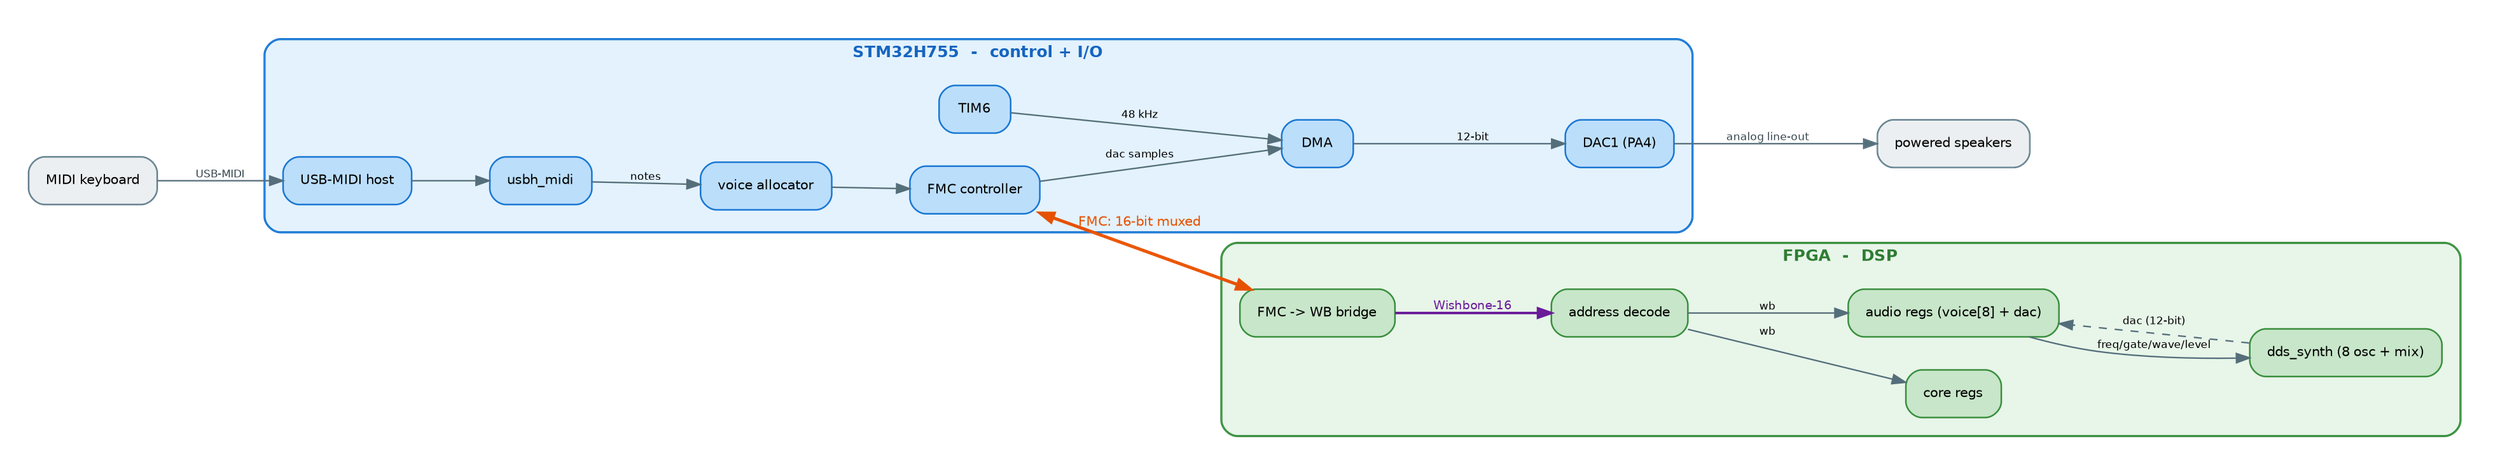
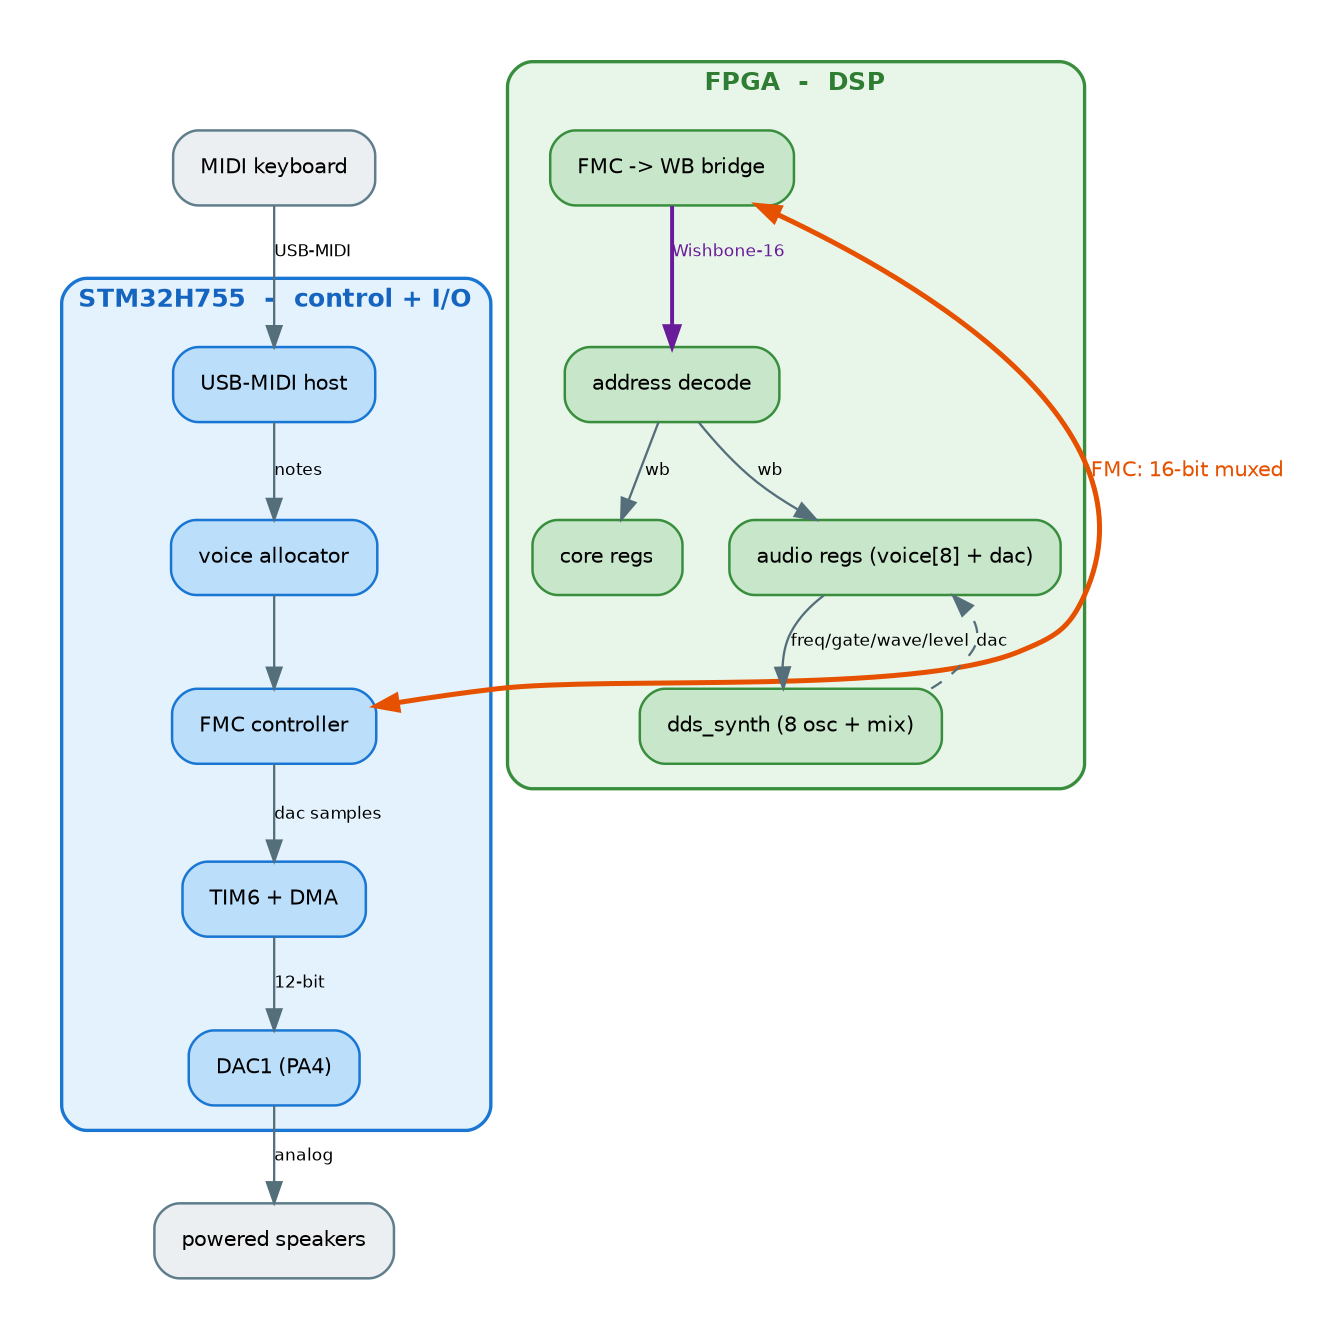
- // ACM synth - system block diagram. render:
- //   dot -Tsvg acm-architecture.dot -o acm-architecture.svg
- //   dot -Tpng -Gdpi=150 acm-architecture.dot -o acm-architecture.png
+ // ACM synth - system block diagram. render: ./render.sh
+ // layout: two chip containers side by side (blocks stacked vertically inside),
+ // FMC bus across the middle.
digraph acm {
-   rankdir=LR;
-   bgcolor="transparent";
+   rankdir=TB;
+   bgcolor="white";
  splines=spline;
  pad=0.3;
-   nodesep=0.35;
-   ranksep=0.8;
+   nodesep=0.3;
+   ranksep=0.5;

  node [fontname="Helvetica", fontsize=10, shape=box,
        style="rounded,filled", color="#90A4AE", fillcolor="white",
        penwidth=1.2, margin="0.18,0.10"];
  edge [fontname="Helvetica", fontsize=8, color="#546E7A", penwidth=1.1];

  kb  [label="MIDI keyboard", fillcolor="#ECEFF1", color="#607D8B"];
  spk [label="powered speakers", fillcolor="#ECEFF1", color="#607D8B"];

  subgraph cluster_stm32 {
    label="STM32H755  -  control + I/O";
    labelloc="t"; fontname="Helvetica-bold"; fontsize=12; fontcolor="#1565C0";
-     style="rounded,filled"; fillcolor="#E3F2FD"; color="#1976D2"; penwidth=1.6; margin=14;
+     style="rounded,filled"; fillcolor="#E3F2FD"; color="#1976D2"; penwidth=1.6; margin=12;

-     usb   [label="USB-MIDI host", fillcolor="#BBDEFB", color="#1976D2"];
-     parse [label="usbh_midi", fillcolor="#BBDEFB", color="#1976D2"];
+     midi  [label="USB-MIDI host", fillcolor="#BBDEFB", color="#1976D2"];
    alloc [label="voice allocator", fillcolor="#BBDEFB", color="#1976D2"];
    fmcm  [label="FMC controller", fillcolor="#BBDEFB", color="#1976D2"];
-     tim   [label="TIM6", fillcolor="#BBDEFB", color="#1976D2"];
-     dma   [label="DMA", fillcolor="#BBDEFB", color="#1976D2"];
+     dma   [label="TIM6 + DMA", fillcolor="#BBDEFB", color="#1976D2"];
    dac   [label="DAC1 (PA4)", fillcolor="#BBDEFB", color="#1976D2"];
+ 
+     midi -> alloc [label="notes"];
+     alloc -> fmcm;
+     fmcm -> dma   [label="dac samples"];
+     dma -> dac    [label="12-bit"];
  }

  subgraph cluster_fpga {
    label="FPGA  -  DSP";
    labelloc="t"; fontname="Helvetica-bold"; fontsize=12; fontcolor="#2E7D32";
-     style="rounded,filled"; fillcolor="#E8F5E9"; color="#388E3C"; penwidth=1.6; margin=14;
+     style="rounded,filled"; fillcolor="#E8F5E9"; color="#388E3C"; penwidth=1.6; margin=12;

    bridge [label="FMC -> WB bridge", fillcolor="#C8E6C9", color="#388E3C"];
    dec    [label="address decode", fillcolor="#C8E6C9", color="#388E3C"];
    core   [label="core regs", fillcolor="#C8E6C9", color="#388E3C"];
    audio  [label="audio regs (voice[8] + dac)", fillcolor="#C8E6C9", color="#388E3C"];
    dds    [label="dds_synth (8 osc + mix)", fillcolor="#C8E6C9", color="#388E3C"];
+ 
+     bridge -> dec [label="Wishbone-16", color="#6A1B9A", fontcolor="#6A1B9A", penwidth=1.9];
+     dec -> core   [label="wb"];
+     dec -> audio  [label="wb"];
+     audio -> dds  [label="freq/gate/wave/level"];
+     dds -> audio  [label="dac", style=dashed, constraint=false];
  }

-   // ---- control path (STM32 -> FPGA) ----
-   kb -> usb     [label="USB-MIDI", fontcolor="#37474F"];
-   usb -> parse;
-   parse -> alloc [label="notes"];
-   alloc -> fmcm;
-   fmcm -> bridge [dir=both, label="FMC: 16-bit muxed", color="#E65100", fontcolor="#E65100", penwidth=2.4, fontsize=10];
-   bridge -> dec  [label="Wishbone-16", color="#6A1B9A", fontcolor="#6A1B9A", penwidth=1.9, fontsize=9];
-   dec -> core    [label="wb"];
-   dec -> audio   [label="wb"];
- 
-   // ---- synthesis ----
-   audio -> dds   [label="freq/gate/wave/level"];
-   dds -> audio   [label="dac (12-bit)", style=dashed, constraint=false];
- 
-   // ---- audio return (FPGA -> DAC) ----
-   fmcm -> dma    [label="dac samples"];
-   tim -> dma     [label="48 kHz"];
-   dma -> dac     [label="12-bit"];
-   dac -> spk     [label="analog line-out", fontcolor="#37474F"];
+   kb -> midi [label="USB-MIDI"];
+   dac -> spk [label="analog"];
+   fmcm -> bridge [dir=both, constraint=false, label="FMC: 16-bit muxed",
+                   color="#E65100", fontcolor="#E65100", penwidth=2.4, fontsize=10];
}
